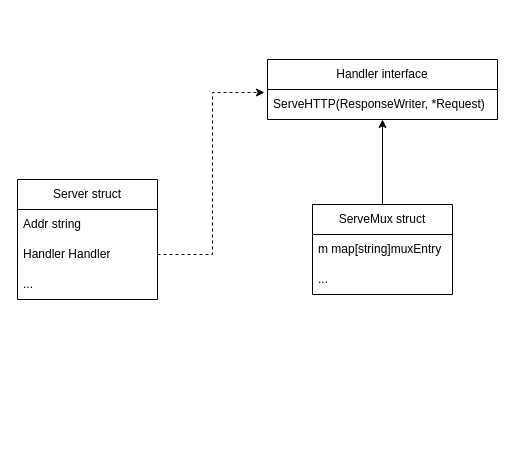
zhufuyin/draw keeps this draw.io diagram as go-http.drawio. Above is the earlier version. Source tidied: cells renumbered, new cells numbered last; positions are measured from the earlier drawing's top-left corner, leaving out a move shared by most shapes. Both pictures are drawn from the tidied source at 100%, with x=0, y=0 at pixel (17, 59).
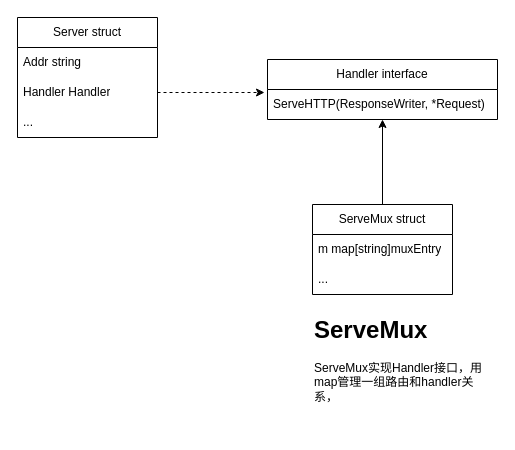
Above is the later version.

What changed in the source:
```diff
@@
 <mxGraphModel>
   <root>
     <mxCell id="0" />
     <mxCell id="1" parent="0" />
     <mxCell id="2" value="Server struct" style="swimlane;fontStyle=0;horizontal=1;startSize=30;whiteSpace=wrap;html=1;" parent="1" vertex="1">
-      <mxGeometry y="120" width="140" height="120" as="geometry" />
+      <mxGeometry y="-42" width="140" height="120" as="geometry" />
     </mxCell>
     <mxCell id="3" value="Addr string" style="text;strokeColor=none;fillColor=none;align=left;verticalAlign=middle;spacingLeft=4;spacingRight=4;overflow=hidden;whiteSpace=wrap;html=1;" parent="2" vertex="1">
       <mxGeometry y="30" width="140" height="30" as="geometry" />
     </mxCell>
     <mxCell id="4" value="Handler Handler" style="text;strokeColor=none;fillColor=none;align=left;verticalAlign=middle;spacingLeft=4;spacingRight=4;overflow=hidden;points=[[0,0.5],[1,0.5]];portConstraint=eastwest;whiteSpace=wrap;html=1;" parent="2" vertex="1">
       <mxGeometry y="60" width="140" height="30" as="geometry" />
     </mxCell>
     <mxCell id="5" value="..." style="text;strokeColor=none;fillColor=none;align=left;verticalAlign=middle;spacingLeft=4;spacingRight=4;overflow=hidden;whiteSpace=wrap;html=1;" parent="2" vertex="1">
       <mxGeometry y="90" width="140" height="30" as="geometry" />
     </mxCell>
     <mxCell id="6" value="Handler interface" style="swimlane;fontStyle=0;horizontal=1;startSize=30;whiteSpace=wrap;html=1;" parent="1" vertex="1">
       <mxGeometry x="250" width="230" height="60" as="geometry" />
     </mxCell>
     <mxCell id="7" value="ServeHTTP(ResponseWriter, *Request)" style="text;strokeColor=none;fillColor=none;align=left;verticalAlign=middle;spacingLeft=4;spacingRight=4;overflow=hidden;points=[[0,0.5],[1,0.5]];portConstraint=eastwest;whiteSpace=wrap;html=1;" parent="6" vertex="1">
       <mxGeometry y="30" width="230" height="30" as="geometry" />
     </mxCell>
     <mxCell id="8" value="ServeMux struct" style="swimlane;fontStyle=0;horizontal=1;startSize=30;whiteSpace=wrap;html=1;" parent="1" vertex="1">
       <mxGeometry x="295" y="145" width="140" height="90" as="geometry" />
     </mxCell>
     <mxCell id="9" value="m map[string]muxEntry" style="text;strokeColor=none;fillColor=none;align=left;verticalAlign=middle;spacingLeft=4;spacingRight=4;overflow=hidden;whiteSpace=wrap;html=1;" parent="8" vertex="1">
       <mxGeometry y="30" width="140" height="30" as="geometry" />
     </mxCell>
     <mxCell id="10" value="..." style="text;strokeColor=none;fillColor=none;align=left;verticalAlign=middle;spacingLeft=4;spacingRight=4;overflow=hidden;whiteSpace=wrap;html=1;" parent="8" vertex="1">
       <mxGeometry y="60" width="140" height="30" as="geometry" />
     </mxCell>
     <mxCell id="11" style="edgeStyle=orthogonalEdgeStyle;rounded=0;jettySize=auto;html=1;exitX=0.5;exitY=0;exitDx=0;exitDy=0;entryX=0.5;entryY=1;entryDx=0;entryDy=0;entryPerimeter=0;" parent="1" edge="1" source="8" target="7">
       <mxGeometry relative="1" as="geometry" />
     </mxCell>
     <mxCell id="12" style="edgeStyle=orthogonalEdgeStyle;rounded=0;jettySize=auto;html=1;exitX=1;exitY=0.5;exitDx=0;exitDy=0;entryX=-0.013;entryY=0.1;entryDx=0;entryDy=0;entryPerimeter=0;dashed=1;" parent="1" edge="1" source="4" target="7">
       <mxGeometry relative="1" as="geometry" />
     </mxCell>
+    <mxCell id="13" value="&lt;h1 style=&quot;margin-top: 0px;&quot;&gt;ServeMux&lt;/h1&gt;&lt;p&gt;ServeMux实现Handler接口，用map管理一组路由和handler关系，&lt;/p&gt;&lt;p&gt;&lt;br&gt;&lt;/p&gt;" style="text;html=1;whiteSpace=wrap;overflow=hidden;rounded=0;" parent="1" vertex="1">
+      <mxGeometry x="295" y="250" width="180" height="120" as="geometry" />
+    </mxCell>
   </root>
 </mxGraphModel>
```
